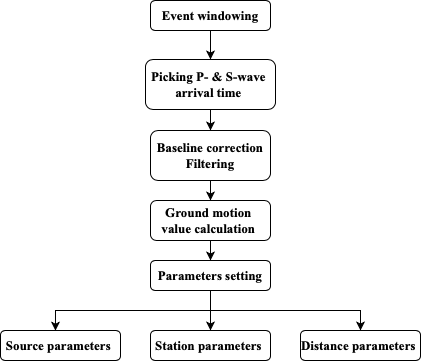
This is flatfile流程.drawio.png from chelseahuei/draw.io, a draw.io export, as it was before one commit. Source tidied: cells renumbered, new cells last; positions are measured from the earlier drawing's top-left corner, leaving out a move shared by most shapes.
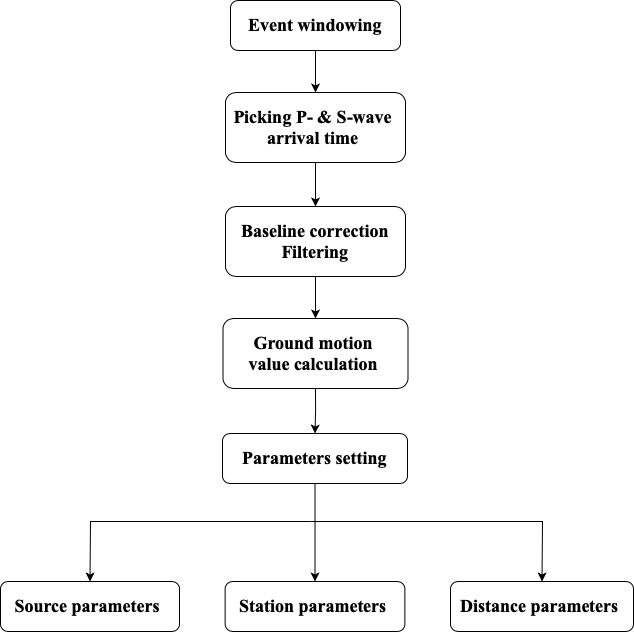
After the commit.

What changed in the source:
```diff
@@ -2,71 +2,66 @@
   <root>
     <mxCell id="0" />
     <mxCell id="1" parent="0" />
-    <mxCell id="2" style="edgeStyle=orthogonalEdgeStyle;rounded=0;jettySize=auto;html=1;exitX=0.5;exitY=1;exitDx=0;exitDy=0;entryX=0.5;entryY=0;entryDx=0;entryDy=0;" parent="1" edge="1" source="3" target="7">
+    <mxCell id="2" style="edgeStyle=orthogonalEdgeStyle;rounded=0;jettySize=auto;html=1;exitX=0.5;exitY=1;exitDx=0;exitDy=0;entryX=0.5;entryY=0;entryDx=0;entryDy=0;fontFamily=Times New Roman;" parent="1" edge="1" source="3" target="7">
       <mxGeometry relative="1" as="geometry" />
     </mxCell>
-    <mxCell id="3" value="&lt;p style=&quot;margin: 0px; font-style: normal; font-variant-caps: normal; font-stretch: normal; line-height: normal; font-family: &amp;quot;Times New Roman&amp;quot;; font-size-adjust: none; font-kerning: auto; font-variant-alternates: normal; font-variant-ligatures: normal; font-variant-numeric: normal; font-variant-east-asian: normal; font-variant-position: normal; font-variant-emoji: normal; font-feature-settings: normal; font-optical-sizing: auto; font-variation-settings: normal; min-height: 15px;&quot;&gt;&lt;b&gt;Event windowing&lt;/b&gt;&lt;br&gt;&lt;/p&gt;" style="rounded=1;whiteSpace=wrap;html=1;fontSize=13;glass=0;strokeWidth=1;shadow=0;" parent="1" vertex="1">
-      <mxGeometry x="150" width="120" height="30" as="geometry" />
+    <mxCell id="3" value="&lt;p style=&quot;margin: 0px; font-style: normal; font-variant-caps: normal; font-stretch: normal; line-height: normal; font-size-adjust: none; font-kerning: auto; font-variant-alternates: normal; font-variant-ligatures: normal; font-variant-numeric: normal; font-variant-east-asian: normal; font-variant-position: normal; font-feature-settings: normal; font-optical-sizing: auto; font-variation-settings: normal; min-height: 15px;&quot;&gt;&lt;b&gt;Event windowing&lt;/b&gt;&lt;br&gt;&lt;/p&gt;" style="rounded=1;whiteSpace=wrap;html=1;fontSize=18;glass=0;strokeWidth=1;shadow=0;fontFamily=Times New Roman;" parent="1" vertex="1">
+      <mxGeometry x="628" y="-5" width="170" height="50" as="geometry" />
     </mxCell>
-    <mxCell id="4" style="edgeStyle=orthogonalEdgeStyle;rounded=0;jettySize=auto;html=1;exitX=0.5;exitY=1;exitDx=0;exitDy=0;entryX=0.5;entryY=0;entryDx=0;entryDy=0;" parent="1" edge="1" source="5" target="12">
+    <mxCell id="4" style="edgeStyle=orthogonalEdgeStyle;rounded=0;jettySize=auto;html=1;exitX=0.5;exitY=1;exitDx=0;exitDy=0;entryX=0.5;entryY=0;entryDx=0;entryDy=0;fontFamily=Times New Roman;" parent="1" edge="1" source="5" target="12">
       <mxGeometry relative="1" as="geometry" />
     </mxCell>
-    <mxCell id="5" value="&lt;p style=&quot;margin: 0px; font-style: normal; font-variant-caps: normal; font-stretch: normal; line-height: normal; font-family: &amp;quot;Times New Roman&amp;quot;; font-size-adjust: none; font-kerning: auto; font-variant-alternates: normal; font-variant-ligatures: normal; font-variant-numeric: normal; font-variant-east-asian: normal; font-variant-position: normal; font-variant-emoji: normal; font-feature-settings: normal; font-optical-sizing: auto; font-variation-settings: normal; min-height: 15px;&quot;&gt;&lt;b&gt;Ground motion&amp;nbsp;&lt;/b&gt;&lt;/p&gt;&lt;p style=&quot;margin: 0px; font-style: normal; font-variant-caps: normal; font-stretch: normal; line-height: normal; font-family: &amp;quot;Times New Roman&amp;quot;; font-size-adjust: none; font-kerning: auto; font-variant-alternates: normal; font-variant-ligatures: normal; font-variant-numeric: normal; font-variant-east-asian: normal; font-variant-position: normal; font-feature-settings: normal; font-optical-sizing: auto; font-variation-settings: normal;&quot;&gt;&lt;b&gt;value calculation&amp;nbsp;&lt;/b&gt;&lt;/p&gt;" style="rounded=1;whiteSpace=wrap;html=1;fontSize=13;glass=0;strokeWidth=1;shadow=0;" parent="1" vertex="1">
-      <mxGeometry x="150" y="200" width="120" height="40" as="geometry" />
+    <mxCell id="5" value="&lt;p style=&quot;margin: 0px; font-style: normal; font-variant-caps: normal; font-stretch: normal; line-height: normal; font-size-adjust: none; font-kerning: auto; font-variant-alternates: normal; font-variant-ligatures: normal; font-variant-numeric: normal; font-variant-east-asian: normal; font-variant-position: normal; font-feature-settings: normal; font-optical-sizing: auto; font-variation-settings: normal; min-height: 15px;&quot;&gt;&lt;b&gt;Ground motion&amp;nbsp;&lt;/b&gt;&lt;/p&gt;&lt;p style=&quot;margin: 0px; font-style: normal; font-variant-caps: normal; font-stretch: normal; line-height: normal; font-size-adjust: none; font-kerning: auto; font-variant-alternates: normal; font-variant-ligatures: normal; font-variant-numeric: normal; font-variant-east-asian: normal; font-variant-position: normal; font-feature-settings: normal; font-optical-sizing: auto; font-variation-settings: normal;&quot;&gt;&lt;b&gt;value calculation&amp;nbsp;&lt;/b&gt;&lt;/p&gt;" style="rounded=1;whiteSpace=wrap;html=1;fontSize=18;glass=0;strokeWidth=1;shadow=0;fontFamily=Times New Roman;" parent="1" vertex="1">
+      <mxGeometry x="620.5" y="313" width="185" height="70" as="geometry" />
     </mxCell>
-    <mxCell id="6" style="edgeStyle=orthogonalEdgeStyle;rounded=0;jettySize=auto;html=1;exitX=0.5;exitY=1;exitDx=0;exitDy=0;entryX=0.5;entryY=0;entryDx=0;entryDy=0;" parent="1" edge="1" source="7" target="9">
+    <mxCell id="6" style="edgeStyle=orthogonalEdgeStyle;rounded=0;jettySize=auto;html=1;exitX=0.5;exitY=1;exitDx=0;exitDy=0;entryX=0.5;entryY=0;entryDx=0;entryDy=0;fontFamily=Times New Roman;" parent="1" edge="1" source="7" target="9">
       <mxGeometry relative="1" as="geometry" />
     </mxCell>
-    <mxCell id="7" value="&lt;p style=&quot;margin: 0px; font-style: normal; font-variant-caps: normal; font-stretch: normal; line-height: normal; font-family: &amp;quot;Times New Roman&amp;quot;; font-size-adjust: none; font-kerning: auto; font-variant-alternates: normal; font-variant-ligatures: normal; font-variant-numeric: normal; font-variant-east-asian: normal; font-variant-position: normal; font-variant-emoji: normal; font-feature-settings: normal; font-optical-sizing: auto; font-variation-settings: normal; min-height: 15px;&quot;&gt;&lt;b&gt;Picking P- &amp;amp; S-wave&amp;nbsp;&lt;/b&gt;&lt;br&gt;&lt;/p&gt;&lt;p style=&quot;margin: 0px; font-style: normal; font-variant-caps: normal; font-stretch: normal; line-height: normal; font-family: &amp;quot;Times New Roman&amp;quot;; font-size-adjust: none; font-kerning: auto; font-variant-alternates: normal; font-variant-ligatures: normal; font-variant-numeric: normal; font-variant-east-asian: normal; font-variant-position: normal; font-variant-emoji: normal; font-feature-settings: normal; font-optical-sizing: auto; font-variation-settings: normal; min-height: 15px;&quot;&gt;&lt;b&gt;arrival time&amp;nbsp;&lt;/b&gt;&lt;/p&gt;" style="rounded=1;whiteSpace=wrap;html=1;fontSize=13;" parent="1" vertex="1">
-      <mxGeometry x="145" y="59" width="130" height="50" as="geometry" />
+    <mxCell id="7" value="&lt;p style=&quot;margin: 0px; font-style: normal; font-variant-caps: normal; font-stretch: normal; line-height: normal; font-size-adjust: none; font-kerning: auto; font-variant-alternates: normal; font-variant-ligatures: normal; font-variant-numeric: normal; font-variant-east-asian: normal; font-variant-position: normal; font-feature-settings: normal; font-optical-sizing: auto; font-variation-settings: normal; min-height: 15px;&quot;&gt;&lt;b&gt;Picking P- &amp;amp; S-wave&amp;nbsp;&lt;/b&gt;&lt;br&gt;&lt;/p&gt;&lt;p style=&quot;margin: 0px; font-style: normal; font-variant-caps: normal; font-stretch: normal; line-height: normal; font-size-adjust: none; font-kerning: auto; font-variant-alternates: normal; font-variant-ligatures: normal; font-variant-numeric: normal; font-variant-east-asian: normal; font-variant-position: normal; font-feature-settings: normal; font-optical-sizing: auto; font-variation-settings: normal; min-height: 15px;&quot;&gt;&lt;b&gt;arrival time&amp;nbsp;&lt;/b&gt;&lt;/p&gt;" style="rounded=1;whiteSpace=wrap;html=1;fontSize=18;fontFamily=Times New Roman;" parent="1" vertex="1">
+      <mxGeometry x="623" y="87" width="180" height="70" as="geometry" />
     </mxCell>
-    <mxCell id="8" style="edgeStyle=orthogonalEdgeStyle;rounded=0;jettySize=auto;html=1;exitX=0.5;exitY=1;exitDx=0;exitDy=0;entryX=0.5;entryY=0;entryDx=0;entryDy=0;" parent="1" edge="1" source="9" target="5">
+    <mxCell id="8" style="edgeStyle=orthogonalEdgeStyle;rounded=0;jettySize=auto;html=1;exitX=0.5;exitY=1;exitDx=0;exitDy=0;entryX=0.5;entryY=0;entryDx=0;entryDy=0;fontFamily=Times New Roman;" parent="1" edge="1" source="9" target="5">
       <mxGeometry relative="1" as="geometry" />
     </mxCell>
-    <mxCell id="9" value="&lt;p style=&quot;margin: 0px; font-style: normal; font-variant-caps: normal; font-weight: normal; font-stretch: normal; line-height: normal; font-family: &amp;quot;Times New Roman&amp;quot;; font-size-adjust: none; font-kerning: auto; font-variant-alternates: normal; font-variant-ligatures: normal; font-variant-numeric: normal; font-variant-east-asian: normal; font-variant-position: normal; font-variant-emoji: normal; font-feature-settings: normal; font-optical-sizing: auto; font-variation-settings: normal; min-height: 15px;&quot;&gt;&lt;b&gt;&lt;font style=&quot;font-size: 13px;&quot;&gt;Baseline correction&lt;/font&gt;&lt;/b&gt;&lt;/p&gt;&lt;p style=&quot;margin: 0px; font-style: normal; font-variant-caps: normal; font-stretch: normal; line-height: normal; font-family: &amp;quot;Times New Roman&amp;quot;; font-size-adjust: none; font-kerning: auto; font-variant-alternates: normal; font-variant-ligatures: normal; font-variant-numeric: normal; font-variant-east-asian: normal; font-variant-position: normal; font-feature-settings: normal; font-optical-sizing: auto; font-variation-settings: normal;&quot;&gt;&lt;b&gt;&lt;font style=&quot;font-size: 13px;&quot;&gt;Filtering&lt;/font&gt;&lt;/b&gt;&lt;/p&gt;" style="rounded=1;whiteSpace=wrap;html=1;" parent="1" vertex="1">
-      <mxGeometry x="150" y="130" width="120" height="50" as="geometry" />
+    <mxCell id="9" value="&lt;p style=&quot;margin: 0px; font-style: normal; font-variant-caps: normal; font-weight: normal; font-stretch: normal; line-height: normal; font-size-adjust: none; font-kerning: auto; font-variant-alternates: normal; font-variant-ligatures: normal; font-variant-numeric: normal; font-variant-east-asian: normal; font-variant-position: normal; font-feature-settings: normal; font-optical-sizing: auto; font-variation-settings: normal; min-height: 15px;&quot;&gt;&lt;b&gt;&lt;font&gt;Baseline correction&lt;/font&gt;&lt;/b&gt;&lt;/p&gt;&lt;p style=&quot;margin: 0px; font-style: normal; font-variant-caps: normal; font-stretch: normal; line-height: normal; font-size-adjust: none; font-kerning: auto; font-variant-alternates: normal; font-variant-ligatures: normal; font-variant-numeric: normal; font-variant-east-asian: normal; font-variant-position: normal; font-feature-settings: normal; font-optical-sizing: auto; font-variation-settings: normal;&quot;&gt;&lt;b&gt;&lt;font&gt;Filtering&lt;/font&gt;&lt;/b&gt;&lt;/p&gt;" style="rounded=1;whiteSpace=wrap;html=1;fontFamily=Times New Roman;fontSize=18;" parent="1" vertex="1">
+      <mxGeometry x="623" y="201" width="180" height="70" as="geometry" />
     </mxCell>
-    <mxCell id="10" style="edgeStyle=orthogonalEdgeStyle;rounded=0;orthogonalLoop=1;jettySize=auto;html=1;exitX=0.5;exitY=1;exitDx=0;exitDy=0;" parent="1" edge="1" source="7" target="7">
+    <mxCell id="10" style="edgeStyle=orthogonalEdgeStyle;rounded=0;orthogonalLoop=1;jettySize=auto;html=1;exitX=0.5;exitY=1;exitDx=0;exitDy=0;fontFamily=Times New Roman;" parent="1" edge="1" source="7" target="7">
       <mxGeometry relative="1" as="geometry" />
     </mxCell>
     <mxCell id="11" style="edgeStyle=orthogonalEdgeStyle;rounded=0;jettySize=auto;html=1;exitX=0.5;exitY=1;exitDx=0;exitDy=0;entryX=0.5;entryY=0;entryDx=0;entryDy=0;" parent="1" edge="1" source="12" target="13">
-      <mxGeometry relative="1" as="geometry">
-        <Array as="points">
-          <mxPoint x="210" y="310" />
-          <mxPoint x="210" y="310" />
-        </Array>
-      </mxGeometry>
+      <mxGeometry relative="1" as="geometry" />
     </mxCell>
-    <mxCell id="12" value="&lt;p style=&quot;margin: 0px; font-style: normal; font-variant-caps: normal; font-stretch: normal; line-height: normal; font-family: &amp;quot;Times New Roman&amp;quot;; font-size-adjust: none; font-kerning: auto; font-variant-alternates: normal; font-variant-ligatures: normal; font-variant-numeric: normal; font-variant-east-asian: normal; font-variant-position: normal; font-variant-emoji: normal; font-feature-settings: normal; font-optical-sizing: auto; font-variation-settings: normal; min-height: 15px;&quot;&gt;&lt;b&gt;Parameters setting&lt;/b&gt;&lt;br&gt;&lt;/p&gt;" style="rounded=1;whiteSpace=wrap;html=1;fontSize=13;" parent="1" vertex="1">
-      <mxGeometry x="150" y="260" width="120" height="30" as="geometry" />
+    <mxCell id="12" value="&lt;p style=&quot;margin: 0px; font-style: normal; font-variant-caps: normal; font-stretch: normal; line-height: normal; font-size-adjust: none; font-kerning: auto; font-variant-alternates: normal; font-variant-ligatures: normal; font-variant-numeric: normal; font-variant-east-asian: normal; font-variant-position: normal; font-feature-settings: normal; font-optical-sizing: auto; font-variation-settings: normal; min-height: 15px;&quot;&gt;&lt;b&gt;Parameters setting&lt;/b&gt;&lt;br&gt;&lt;/p&gt;" style="rounded=1;whiteSpace=wrap;html=1;fontSize=18;fontFamily=Times New Roman;" parent="1" vertex="1">
+      <mxGeometry x="620" y="428" width="185" height="50" as="geometry" />
     </mxCell>
-    <mxCell id="13" value="&lt;p style=&quot;margin: 0px; font-style: normal; font-variant-caps: normal; font-stretch: normal; line-height: normal; font-family: &amp;quot;Times New Roman&amp;quot;; font-size-adjust: none; font-kerning: auto; font-variant-alternates: normal; font-variant-ligatures: normal; font-variant-numeric: normal; font-variant-east-asian: normal; font-variant-position: normal; font-feature-settings: normal; font-optical-sizing: auto; font-variation-settings: normal; min-height: 15px;&quot;&gt;&lt;b&gt;Station parameters&amp;nbsp;&lt;/b&gt;&lt;br&gt;&lt;/p&gt;" style="whiteSpace=wrap;html=1;fontSize=13;rounded=1;" parent="1" vertex="1">
-      <mxGeometry x="150" y="330" width="120" height="30" as="geometry" />
+    <mxCell id="13" value="&lt;p style=&quot;margin: 0px; font-style: normal; font-variant-caps: normal; font-stretch: normal; line-height: normal; font-size-adjust: none; font-kerning: auto; font-variant-alternates: normal; font-variant-ligatures: normal; font-variant-numeric: normal; font-variant-east-asian: normal; font-variant-position: normal; font-feature-settings: normal; font-optical-sizing: auto; font-variation-settings: normal; min-height: 15px;&quot;&gt;&lt;b&gt;Station parameters&amp;nbsp;&lt;/b&gt;&lt;br&gt;&lt;/p&gt;" style="whiteSpace=wrap;html=1;fontSize=18;rounded=1;fontFamily=Times New Roman;" parent="1" vertex="1">
+      <mxGeometry x="622.6" y="576" width="179.8" height="50" as="geometry" />
     </mxCell>
-    <mxCell id="14" style="edgeStyle=orthogonalEdgeStyle;rounded=0;orthogonalLoop=1;jettySize=auto;html=1;exitX=0.5;exitY=1;exitDx=0;exitDy=0;" parent="1" edge="1" source="12" target="12">
+    <mxCell id="14" style="edgeStyle=orthogonalEdgeStyle;rounded=0;orthogonalLoop=1;jettySize=auto;html=1;exitX=0.5;exitY=1;exitDx=0;exitDy=0;fontFamily=Times New Roman;" parent="1" edge="1" source="12" target="12">
       <mxGeometry relative="1" as="geometry" />
     </mxCell>
-    <mxCell id="15" value="&lt;p style=&quot;margin: 0px; font-style: normal; font-variant-caps: normal; font-stretch: normal; line-height: normal; font-family: &amp;quot;Times New Roman&amp;quot;; font-size-adjust: none; font-kerning: auto; font-variant-alternates: normal; font-variant-ligatures: normal; font-variant-numeric: normal; font-variant-east-asian: normal; font-variant-position: normal; font-feature-settings: normal; font-optical-sizing: auto; font-variation-settings: normal; min-height: 15px;&quot;&gt;&lt;b&gt;Distance parameters&amp;nbsp;&lt;/b&gt;&lt;br&gt;&lt;/p&gt;" style="whiteSpace=wrap;html=1;fontSize=13;rounded=1;" parent="1" vertex="1">
-      <mxGeometry x="300" y="330" width="120" height="30" as="geometry" />
+    <mxCell id="15" value="&lt;p style=&quot;margin: 0px; font-style: normal; font-variant-caps: normal; font-stretch: normal; line-height: normal; font-size-adjust: none; font-kerning: auto; font-variant-alternates: normal; font-variant-ligatures: normal; font-variant-numeric: normal; font-variant-east-asian: normal; font-variant-position: normal; font-feature-settings: normal; font-optical-sizing: auto; font-variation-settings: normal; min-height: 15px;&quot;&gt;&lt;b&gt;Distance parameters&amp;nbsp;&lt;/b&gt;&lt;br&gt;&lt;/p&gt;" style="whiteSpace=wrap;html=1;fontSize=18;rounded=1;fontFamily=Times New Roman;" parent="1" vertex="1">
+      <mxGeometry x="848" y="576" width="183" height="50" as="geometry" />
     </mxCell>
-    <mxCell id="16" value="&lt;p style=&quot;margin: 0px; font-style: normal; font-variant-caps: normal; font-stretch: normal; line-height: normal; font-family: &amp;quot;Times New Roman&amp;quot;; font-size-adjust: none; font-kerning: auto; font-variant-alternates: normal; font-variant-ligatures: normal; font-variant-numeric: normal; font-variant-east-asian: normal; font-variant-position: normal; font-feature-settings: normal; font-optical-sizing: auto; font-variation-settings: normal; min-height: 15px;&quot;&gt;&lt;b&gt;Source parameters&amp;nbsp;&lt;/b&gt;&lt;br&gt;&lt;/p&gt;" style="whiteSpace=wrap;html=1;fontSize=13;rounded=1;" parent="1" vertex="1">
-      <mxGeometry y="330" width="120" height="30" as="geometry" />
+    <mxCell id="16" value="&lt;p style=&quot;margin: 0px; font-style: normal; font-variant-caps: normal; font-stretch: normal; line-height: normal; font-size-adjust: none; font-kerning: auto; font-variant-alternates: normal; font-variant-ligatures: normal; font-variant-numeric: normal; font-variant-east-asian: normal; font-variant-position: normal; font-feature-settings: normal; font-optical-sizing: auto; font-variation-settings: normal; min-height: 15px;&quot;&gt;&lt;b&gt;Source parameters&amp;nbsp;&lt;/b&gt;&lt;br&gt;&lt;/p&gt;" style="whiteSpace=wrap;html=1;fontSize=18;rounded=1;fontFamily=Times New Roman;" parent="1" vertex="1">
+      <mxGeometry x="398" y="576" width="179" height="50" as="geometry" />
     </mxCell>
-    <mxCell id="17" style="endArrow=classic;html=1;rounded=0;entryX=0.5;entryY=0;entryDx=0;entryDy=0;" parent="1" edge="1" target="15">
-      <mxGeometry relative="1" as="geometry">
-        <mxPoint x="210" y="310" as="sourcePoint" />
-        <Array as="points">
-          <mxPoint x="360" y="310" />
-        </Array>
-      </mxGeometry>
-    </mxCell>
-    <mxCell id="18" style="endArrow=classic;html=1;rounded=0;entryX=0.458;entryY=0.006;entryDx=0;entryDy=0;entryPerimeter=0;" parent="1" edge="1" target="16">
-      <mxGeometry relative="1" as="geometry">
-        <mxPoint x="210" y="310" as="sourcePoint" />
-        <Array as="points">
-          <mxPoint x="55" y="310" />
-        </Array>
-      </mxGeometry>
-    </mxCell>
+    <mxCell id="19" style="endArrow=classic;html=1;rounded=0;entryX=0.5;entryY=0;entryDx=0;entryDy=0;" parent="1" edge="1" target="16">
+      <mxGeometry relative="1" as="geometry">
+        <mxPoint x="708" y="516" as="sourcePoint" />
+        <Array as="points">
+          <mxPoint x="488" y="516" />
+        </Array>
+      </mxGeometry>
+    </mxCell>
+    <mxCell id="20" style="endArrow=classic;html=1;rounded=0;entryX=0.5;entryY=0;entryDx=0;entryDy=0;" parent="1" edge="1" target="15">
+      <mxGeometry relative="1" as="geometry">
+        <mxPoint x="708" y="516" as="sourcePoint" />
+        <Array as="points">
+          <mxPoint x="940" y="516" />
+        </Array>
+      </mxGeometry>
+    </mxCell>
   </root>
 </mxGraphModel>
```
